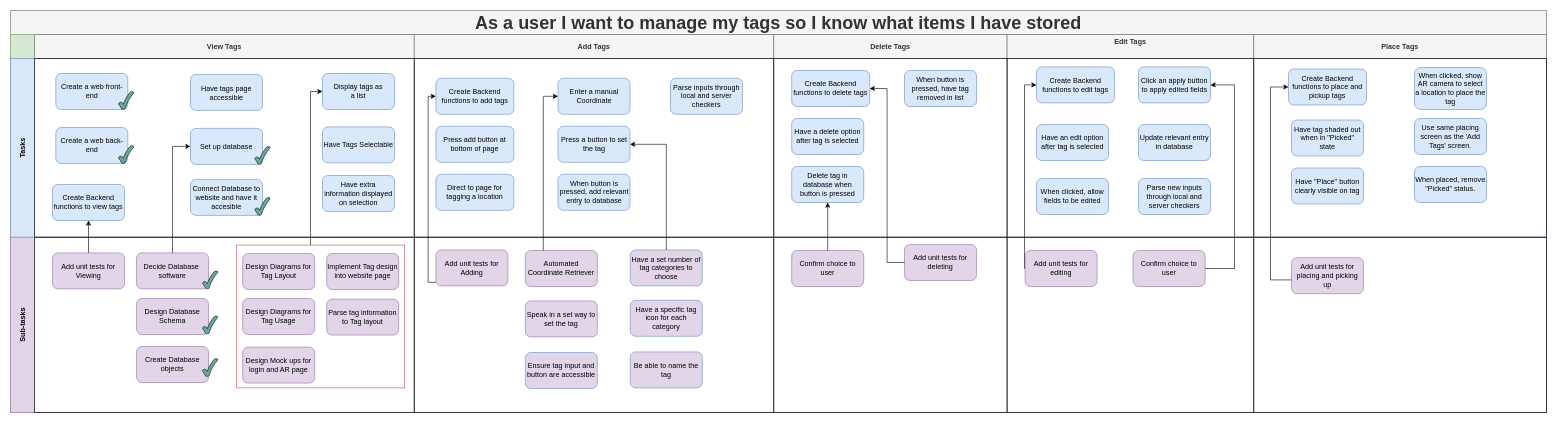
The draw.io diagram Documentation/Project Diagrams/Story Maps/Manage Tag Theme.drawio in ickeyben123/AR, before the edit. Source tidied: cells renumbered, new cells numbered last; positions are measured from the earlier drawing's top-left corner, leaving out a move shared by most shapes. Both pictures are drawn from the tidied source at 60%, with x=0, y=0 at pixel (10, 10).
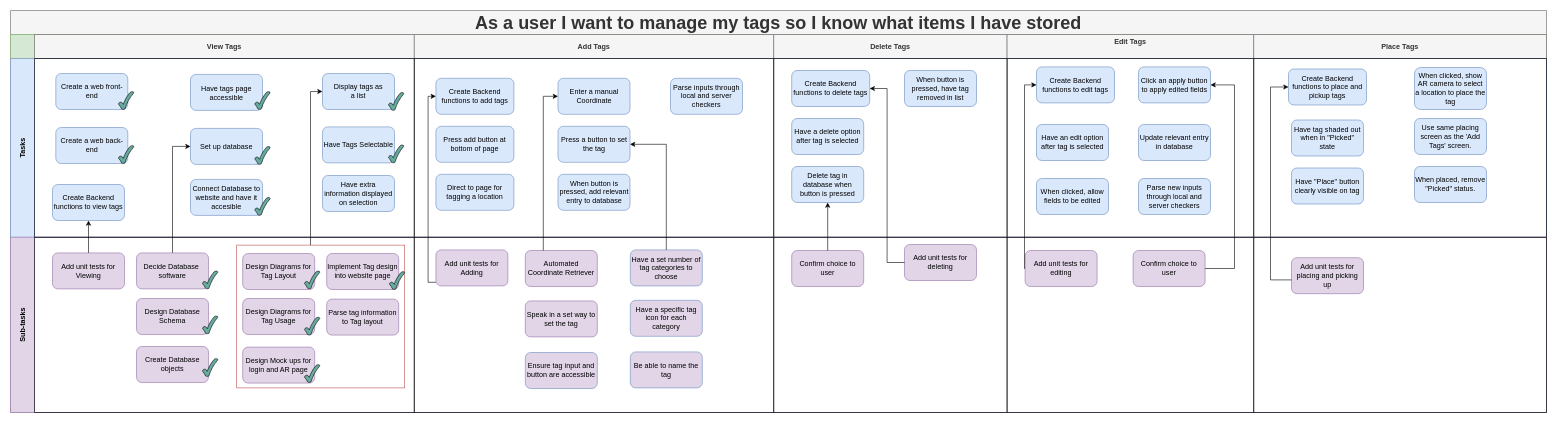
The same page after the edit.

Unchanged cells that the change refers to:
```xml
<mxCell id="10" style="swimlane;startSize=0;html=1;whiteSpace=wrap;" parent="9" vertex="1">
  <mxGeometry x="40" width="633" height="298" as="geometry" />
</mxCell>
<mxCell id="52" style="swimlane;startSize=0;html=1;whiteSpace=wrap;" parent="51" vertex="1">
  <mxGeometry x="40" width="633" height="292" as="geometry" />
</mxCell>
```

The edit, as a diff of the source:
```diff
@@
+    <mxCell id="93" style="verticalLabelPosition=bottom;verticalAlign=top;html=1;shape=mxgraph.basic.tick;fillColor=#67AB9F;" parent="10" vertex="1">
+      <mxGeometry x="367.2" y="55" width="25.5" height="30" as="geometry" />
+    </mxCell>
+    <mxCell id="94" style="verticalLabelPosition=bottom;verticalAlign=top;html=1;shape=mxgraph.basic.tick;fillColor=#67AB9F;" parent="10" vertex="1">
+      <mxGeometry x="590" y="56.5" width="25.5" height="30" as="geometry" />
+    </mxCell>
+    <mxCell id="95" style="verticalLabelPosition=bottom;verticalAlign=top;html=1;shape=mxgraph.basic.tick;fillColor=#67AB9F;" parent="10" vertex="1">
+      <mxGeometry x="590" y="144" width="25.5" height="30" as="geometry" />
+    </mxCell>
@@
+    <mxCell id="96" style="verticalLabelPosition=bottom;verticalAlign=top;html=1;shape=mxgraph.basic.tick;fillColor=#67AB9F;" parent="52" vertex="1">
+      <mxGeometry x="450" y="56" width="25.5" height="30" as="geometry" />
+    </mxCell>
+    <mxCell id="97" style="verticalLabelPosition=bottom;verticalAlign=top;html=1;shape=mxgraph.basic.tick;fillColor=#67AB9F;" parent="52" vertex="1">
+      <mxGeometry x="450" y="133" width="25.5" height="30" as="geometry" />
+    </mxCell>
+    <mxCell id="98" style="verticalLabelPosition=bottom;verticalAlign=top;html=1;shape=mxgraph.basic.tick;fillColor=#67AB9F;" parent="52" vertex="1">
+      <mxGeometry x="450" y="212" width="25.5" height="30" as="geometry" />
+    </mxCell>
+    <mxCell id="99" style="verticalLabelPosition=bottom;verticalAlign=top;html=1;shape=mxgraph.basic.tick;fillColor=#67AB9F;" parent="52" vertex="1">
+      <mxGeometry x="591.5" y="57" width="25.5" height="30" as="geometry" />
+    </mxCell>
```
